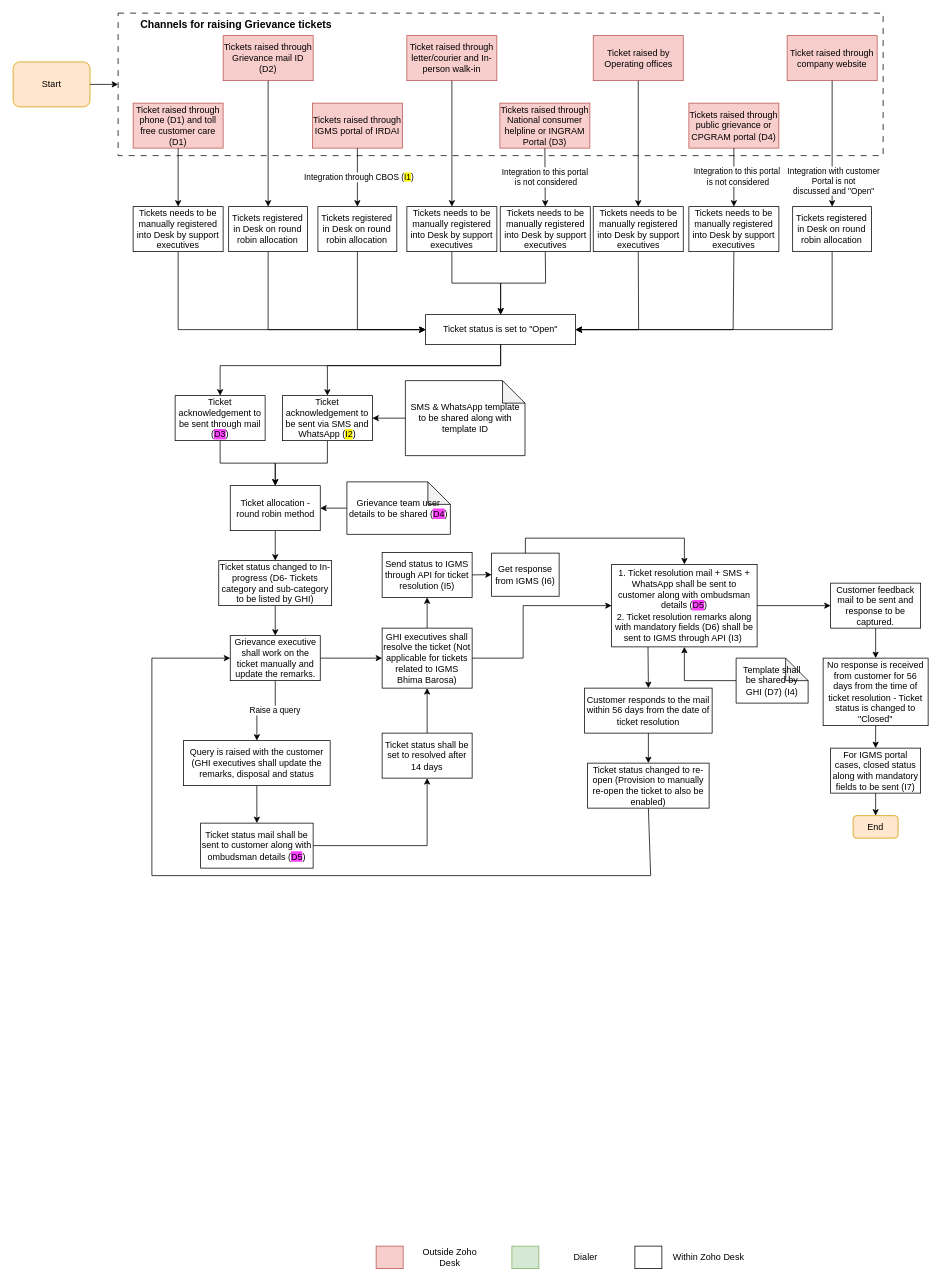
Before: Grievance management.drawio in shaileshsreedar/Galaxy, a draw.io diagram. Source tidied: cells renumbered, new cells numbered last; positions are measured from the earlier drawing's top-left corner, leaving out a move shared by most shapes. Both pictures are drawn from the tidied source at 75%, with x=0, y=0 at pixel (13, 13).
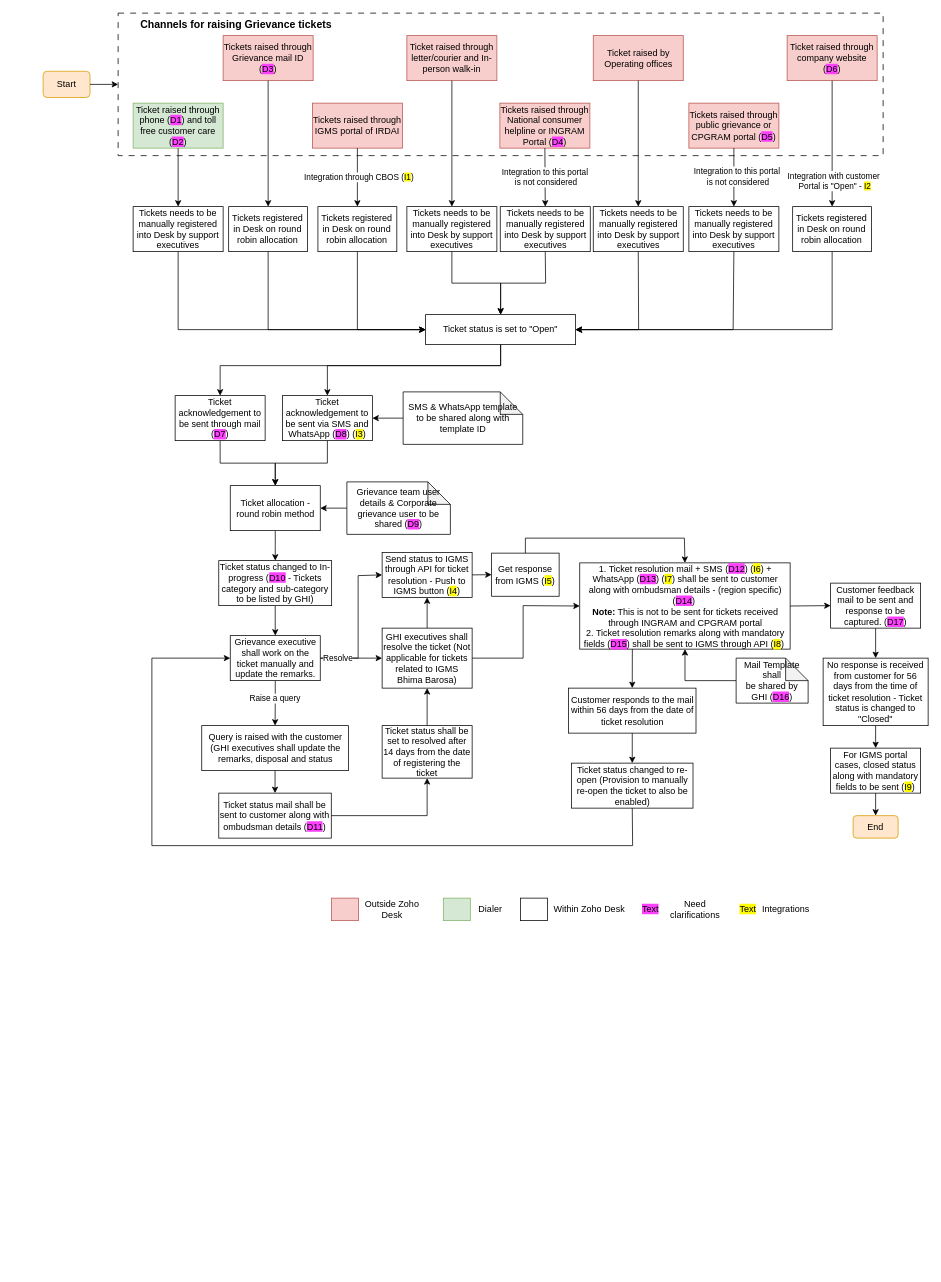
After the change.

Unchanged cells that the change refers to:
```xml
<mxCell id="37" style="endArrow=classic;html=1;rounded=0;exitX=0.5;exitY=1;exitDx=0;exitDy=0;entryX=0.5;entryY=0;entryDx=0;entryDy=0;" parent="1" edge="1" source="12" target="36">
  <mxGeometry relative="1" as="geometry" />
</mxCell>
<mxCell id="64" value="Grievance executive shall work on the ticket manually and update the remarks." style="rounded=0;whiteSpace=wrap;html=1;" parent="1" vertex="1">
  <mxGeometry x="289.5" y="830" width="120" height="60" as="geometry" />
</mxCell>
```

The edit, as a diff of the source:
```diff
@@
-    <mxCell id="3" value="Ticket raised through phone (D1) and toll free customer care (D1)" style="rounded=0;whiteSpace=wrap;html=1;fillColor=#f8cecc;strokeColor=#b85450;" parent="1" vertex="1">
+    <mxCell id="3" value="Ticket raised through phone (&lt;span style=&quot;background-color: rgb(255, 64, 255);&quot;&gt;D1&lt;/span&gt;) and toll free customer care (&lt;span style=&quot;background-color: rgb(255, 64, 255);&quot;&gt;D2&lt;/span&gt;)" style="rounded=0;whiteSpace=wrap;html=1;fillColor=#d5e8d4;strokeColor=#82b366;" parent="1" vertex="1">
       <mxGeometry x="160" y="120" width="120" height="60" as="geometry" />
     </mxCell>
     <mxCell id="4" value="Start" style="rounded=1;whiteSpace=wrap;html=1;fillColor=#ffe6cc;strokeColor=#d79b00;" parent="1" vertex="1">
-      <mxGeometry y="65" width="102.5" height="60" as="geometry" />
+      <mxGeometry x="40" y="77.5" width="62.5" height="35" as="geometry" />
     </mxCell>
     <mxCell id="5" style="rounded=0;whiteSpace=wrap;html=1;fillColor=#f8cecc;strokeColor=#b85450;" parent="1" vertex="1">
-      <mxGeometry x="484" y="1644" width="36" height="30" as="geometry" />
+      <mxGeometry x="424.6" y="1180" width="36" height="30" as="geometry" />
     </mxCell>
     <mxCell id="6" value="Outside Zoho Desk" style="text;html=1;align=center;verticalAlign=middle;whiteSpace=wrap;rounded=0;" parent="1" vertex="1">
-      <mxGeometry x="533.5" y="1644" width="96.5" height="30" as="geometry" />
+      <mxGeometry x="457.1" y="1180" width="96.5" height="30" as="geometry" />
     </mxCell>
     <mxCell id="7" style="rounded=0;whiteSpace=wrap;html=1;fillColor=#d5e8d4;strokeColor=#82b366;" parent="1" vertex="1">
-      <mxGeometry x="665" y="1644" width="36" height="30" as="geometry" />
+      <mxGeometry x="573.6" y="1180" width="36" height="30" as="geometry" />
     </mxCell>
     <mxCell id="8" value="Dialer" style="text;html=1;align=center;verticalAlign=middle;whiteSpace=wrap;rounded=0;" parent="1" vertex="1">
-      <mxGeometry x="714.5" y="1644" width="96.5" height="30" as="geometry" />
+      <mxGeometry x="588.1" y="1180" width="96.5" height="30" as="geometry" />
     </mxCell>
     <mxCell id="9" style="rounded=0;whiteSpace=wrap;html=1;" parent="1" vertex="1">
-      <mxGeometry x="829" y="1644" width="36" height="30" as="geometry" />
+      <mxGeometry x="676.6" y="1180" width="36" height="30" as="geometry" />
     </mxCell>
     <mxCell id="10" value="Within Zoho Desk" style="text;html=1;align=center;verticalAlign=middle;whiteSpace=wrap;rounded=0;" parent="1" vertex="1">
-      <mxGeometry x="878.5" y="1644" width="96.5" height="30" as="geometry" />
+      <mxGeometry x="720.1" y="1180" width="96.5" height="30" as="geometry" />
     </mxCell>
-    <mxCell id="11" value="Tickets raised through Grievance mail ID (D2)" style="rounded=0;whiteSpace=wrap;html=1;fillColor=#f8cecc;strokeColor=#b85450;" parent="1" vertex="1">
+    <mxCell id="11" value="Tickets raised through Grievance mail ID (&lt;span style=&quot;background-color: rgb(255, 64, 255);&quot;&gt;D3&lt;/span&gt;)" style="rounded=0;whiteSpace=wrap;html=1;fillColor=#f8cecc;strokeColor=#b85450;" parent="1" vertex="1">
       <mxGeometry x="280" y="30" width="120" height="60" as="geometry" />
     </mxCell>
-    <mxCell id="12" value="Ticket raised through company website" style="rounded=0;whiteSpace=wrap;html=1;fillColor=#f8cecc;strokeColor=#b85450;" parent="1" vertex="1">
+    <mxCell id="12" value="Ticket raised through company website (&lt;span style=&quot;background-color: rgb(255, 64, 255);&quot;&gt;D6&lt;/span&gt;)" style="rounded=0;whiteSpace=wrap;html=1;fillColor=#f8cecc;strokeColor=#b85450;" parent="1" vertex="1">
       <mxGeometry x="1032" y="30" width="120" height="60" as="geometry" />
     </mxCell>
@@
-    <mxCell id="16" value="Tickets raised through National consumer helpline or INGRAM Portal (D3)" style="rounded=0;whiteSpace=wrap;html=1;fillColor=#f8cecc;strokeColor=#b85450;" parent="1" vertex="1">
+    <mxCell id="16" value="Tickets raised through National consumer helpline or INGRAM Portal (&lt;span style=&quot;background-color: rgb(255, 64, 255);&quot;&gt;D4&lt;/span&gt;)" style="rounded=0;whiteSpace=wrap;html=1;fillColor=#f8cecc;strokeColor=#b85450;" parent="1" vertex="1">
       <mxGeometry x="649" y="120" width="120" height="60" as="geometry" />
     </mxCell>
-    <mxCell id="17" value="Tickets raised through public grievance or CPGRAM portal (D4)" style="rounded=0;whiteSpace=wrap;html=1;fillColor=#f8cecc;strokeColor=#b85450;" parent="1" vertex="1">
+    <mxCell id="17" value="Tickets raised through public grievance or CPGRAM portal (&lt;span style=&quot;background-color: rgb(255, 64, 255);&quot;&gt;D5&lt;/span&gt;)" style="rounded=0;whiteSpace=wrap;html=1;fillColor=#f8cecc;strokeColor=#b85450;" parent="1" vertex="1">
       <mxGeometry x="901" y="120" width="120" height="60" as="geometry" />
     </mxCell>
@@
-    <mxCell id="38" value="Integration with customer&lt;div&gt;&lt;span style=&quot;background-color: rgb(255, 255, 255);&quot;&gt;&amp;nbsp;Portal is not&amp;nbsp;&lt;/span&gt;&lt;/div&gt;&lt;div&gt;&lt;span style=&quot;background-color: rgb(255, 255, 255);&quot;&gt;discussed and &quot;Open&quot;&lt;/span&gt;&lt;/div&gt;" style="edgeLabel;html=1;align=center;verticalAlign=middle;" parent="37" vertex="1">
+    <mxCell id="38" value="Integration with customer&lt;div&gt;&lt;span style=&quot;background-color: rgb(255, 255, 255);&quot;&gt;&amp;nbsp;Portal is&amp;nbsp;&lt;/span&gt;&quot;Open&quot; - &lt;span style=&quot;background-color: rgb(255, 251, 0);&quot;&gt;I2&lt;/span&gt;&lt;/div&gt;" style="edgeLabel;html=1;align=center;verticalAlign=middle;" parent="37" vertex="1">
       <mxGeometry x="0.57" y="1" relative="1" as="geometry">
         <mxPoint y="1" as="offset" />
       </mxGeometry>
     </mxCell>
@@
-    <mxCell id="49" value="Ticket acknowledgement to be sent through mail (&lt;span style=&quot;background-color: rgb(255, 64, 255);&quot;&gt;D3&lt;/span&gt;)" style="rounded=0;whiteSpace=wrap;html=1;" parent="1" vertex="1">
+    <mxCell id="49" value="Ticket acknowledgement to be sent through mail (&lt;span style=&quot;background-color: rgb(255, 64, 255);&quot;&gt;D7&lt;/span&gt;)" style="rounded=0;whiteSpace=wrap;html=1;" parent="1" vertex="1">
       <mxGeometry x="216" y="510" width="120" height="60" as="geometry" />
     </mxCell>
@@
-    <mxCell id="51" value="Ticket acknowledgement to be sent via SMS and WhatsApp (&lt;span style=&quot;background-color: rgb(255, 251, 0);&quot;&gt;I2&lt;/span&gt;)" style="rounded=0;whiteSpace=wrap;html=1;" parent="1" vertex="1">
+    <mxCell id="51" value="Ticket acknowledgement to be sent via SMS and WhatsApp (&lt;span style=&quot;background-color: rgb(255, 64, 255);&quot;&gt;D8&lt;/span&gt;) (&lt;span style=&quot;background-color: rgb(255, 251, 0);&quot;&gt;I3&lt;/span&gt;)" style="rounded=0;whiteSpace=wrap;html=1;" parent="1" vertex="1">
       <mxGeometry x="359" y="510" width="120" height="60" as="geometry" />
     </mxCell>
     <mxCell id="52" value="SMS &amp;amp; WhatsApp template to be shared along with template ID" style="shape=note;whiteSpace=wrap;html=1;backgroundOutline=1;darkOpacity=0.05;" parent="1" vertex="1">
-      <mxGeometry x="523" y="490" width="159.5" height="100" as="geometry" />
+      <mxGeometry x="520" y="505" width="159.5" height="70" as="geometry" />
     </mxCell>
@@
-    <mxCell id="58" value="Grievance team user details to be shared (&lt;span style=&quot;background-color: rgb(255, 64, 255);&quot;&gt;D4&lt;/span&gt;)" style="shape=note;whiteSpace=wrap;html=1;backgroundOutline=1;darkOpacity=0.05;" parent="1" vertex="1">
+    <mxCell id="58" value="Grievance team user details &amp;amp; Corporate grievance user to be shared (&lt;span style=&quot;background-color: rgb(255, 64, 255);&quot;&gt;D9&lt;/span&gt;)" style="shape=note;whiteSpace=wrap;html=1;backgroundOutline=1;darkOpacity=0.05;" parent="1" vertex="1">
       <mxGeometry x="445" y="625" width="138" height="70" as="geometry" />
     </mxCell>
@@
-    <mxCell id="60" value="Ticket status changed to In-progress (D6- Tickets category and sub-category to be listed by GHI)" style="rounded=0;whiteSpace=wrap;html=1;" parent="1" vertex="1">
+    <mxCell id="60" value="Ticket status changed to In-progress (&lt;span style=&quot;background-color: rgb(255, 64, 255);&quot;&gt;D10&lt;/span&gt; - Tickets category and sub-category to be listed by GHI)" style="rounded=0;whiteSpace=wrap;html=1;" parent="1" vertex="1">
       <mxGeometry x="274.2" y="730" width="150.5" height="60" as="geometry" />
     </mxCell>
@@
-    <mxCell id="67" value="1. Ticket resolution mail + SMS + WhatsApp shall be sent to customer along with ombudsman details (&lt;span style=&quot;background-color: rgb(255, 64, 255);&quot;&gt;D5&lt;/span&gt;)&lt;div&gt;2. Ticket resolution remarks along with mandatory fields (D6) shall be sent to IGMS through API (I3)&amp;nbsp;&lt;br&gt;&lt;/div&gt;" style="rounded=0;whiteSpace=wrap;html=1;" parent="1" vertex="1">
-      <mxGeometry x="798" y="735" width="194" height="110" as="geometry" />
+    <mxCell id="67" value="1. Ticket resolution mail + SMS (&lt;span style=&quot;background-color: rgb(255, 64, 255);&quot;&gt;D12&lt;/span&gt;) (&lt;span style=&quot;background-color: rgb(255, 251, 0);&quot;&gt;I6&lt;/span&gt;) + WhatsApp (&lt;span style=&quot;background-color: rgb(255, 64, 255);&quot;&gt;D13&lt;/span&gt;) (&lt;span style=&quot;background-color: rgb(255, 251, 0);&quot;&gt;I7&lt;/span&gt;) shall be sent to customer along with ombudsman details - (region specific)(&lt;span style=&quot;background-color: rgb(255, 64, 255);&quot;&gt;D14&lt;/span&gt;)&amp;nbsp;&lt;div&gt;&lt;b&gt;Note:&lt;/b&gt; This is not to be sent for tickets received through INGRAM and CPGRAM portal&lt;br&gt;&lt;div&gt;2. Ticket resolution remarks along with mandatory fields (&lt;span style=&quot;background-color: rgb(255, 64, 255);&quot;&gt;D15&lt;/span&gt;) shall be sent to IGMS through API (&lt;span style=&quot;background-color: rgb(255, 251, 0);&quot;&gt;I8&lt;/span&gt;)&amp;nbsp;&lt;br&gt;&lt;/div&gt;&lt;/div&gt;" style="rounded=0;whiteSpace=wrap;html=1;" parent="1" vertex="1">
+      <mxGeometry x="755.5" y="733" width="280.5" height="115" as="geometry" />
     </mxCell>
@@
-    <mxCell id="69" value="Template shall&lt;div&gt;be shared by GHI (D7) (I4)&lt;/div&gt;" style="shape=note;whiteSpace=wrap;html=1;backgroundOutline=1;darkOpacity=0.05;" parent="1" vertex="1">
+    <mxCell id="69" value="Mail Template shall&lt;div&gt;be shared by GHI (&lt;span style=&quot;background-color: rgb(255, 64, 255);&quot;&gt;D16&lt;/span&gt;)&lt;/div&gt;" style="shape=note;whiteSpace=wrap;html=1;backgroundOutline=1;darkOpacity=0.05;" parent="1" vertex="1">
       <mxGeometry x="964" y="860" width="96" height="60" as="geometry" />
     </mxCell>
     <mxCell id="70" value="Query is raised with the customer (GHI executives shall update the remarks, disposal and status" style="rounded=0;whiteSpace=wrap;html=1;" parent="1" vertex="1">
-      <mxGeometry x="227.2" y="970" width="195.5" height="60" as="geometry" />
+      <mxGeometry x="251.5" y="950" width="195.5" height="60" as="geometry" />
     </mxCell>
-    <mxCell id="71" value="Ticket status mail shall be sent to customer along with ombudsman details (&lt;span style=&quot;background-color: rgb(255, 64, 255);&quot;&gt;D5&lt;/span&gt;)" style="rounded=0;whiteSpace=wrap;html=1;" parent="1" vertex="1">
-      <mxGeometry x="250" y="1080" width="150" height="60" as="geometry" />
+    <mxCell id="71" value="Ticket status mail shall be sent to customer along with ombudsman details (&lt;span style=&quot;background-color: rgb(255, 64, 255);&quot;&gt;D11&lt;/span&gt;)" style="rounded=0;whiteSpace=wrap;html=1;" parent="1" vertex="1">
+      <mxGeometry x="274.2" y="1040" width="150" height="60" as="geometry" />
     </mxCell>
@@
-    <mxCell id="73" value="Ticket status shall be set to resolved after 14 days" style="rounded=0;whiteSpace=wrap;html=1;" parent="1" vertex="1">
-      <mxGeometry x="492" y="960" width="120" height="60" as="geometry" />
+    <mxCell id="73" value="Ticket status shall be set to resolved after 14 days from the date of registering the ticket" style="rounded=0;whiteSpace=wrap;html=1;" parent="1" vertex="1">
+      <mxGeometry x="492" y="950" width="120" height="70" as="geometry" />
     </mxCell>
@@
-    <mxCell id="76" value="Customer feedback mail to be sent and response to be captured." style="rounded=0;whiteSpace=wrap;html=1;" parent="1" vertex="1">
+    <mxCell id="76" value="Customer feedback mail to be sent and response to be captured. (&lt;span style=&quot;background-color: rgb(255, 64, 255);&quot;&gt;D17&lt;/span&gt;)" style="rounded=0;whiteSpace=wrap;html=1;" parent="1" vertex="1">
       <mxGeometry x="1090" y="760" width="120" height="60" as="geometry" />
     </mxCell>
@@
     <mxCell id="78" style="endArrow=classic;html=1;rounded=0;exitX=1;exitY=0.5;exitDx=0;exitDy=0;entryX=0.5;entryY=1;entryDx=0;entryDy=0;" parent="1" edge="1" source="71" target="73">
       <mxGeometry relative="1" as="geometry">
         <Array as="points">
-          <mxPoint x="552" y="1110" />
+          <mxPoint x="552" y="1070" />
         </Array>
       </mxGeometry>
     </mxCell>
     <mxCell id="79" value="Customer responds to the mail within 56 days from the date of ticket resolution" style="rounded=0;whiteSpace=wrap;html=1;" parent="1" vertex="1">
-      <mxGeometry x="762" y="900" width="170" height="60" as="geometry" />
+      <mxGeometry x="740.5" y="900" width="170" height="60" as="geometry" />
     </mxCell>
-    <mxCell id="80" style="endArrow=classic;html=1;rounded=0;exitX=0.25;exitY=1;exitDx=0;exitDy=0;entryX=0.5;entryY=0;entryDx=0;entryDy=0;" parent="1" edge="1" source="67" target="79">
+    <mxCell id="80" style="endArrow=classic;html=1;rounded=0;entryX=0.5;entryY=0;entryDx=0;entryDy=0;exitX=0.25;exitY=1;exitDx=0;exitDy=0;" parent="1" edge="1" source="67" target="79">
       <mxGeometry relative="1" as="geometry" />
     </mxCell>
     <mxCell id="81" value="Ticket status changed to re-open (Provision to manually re-open the ticket to also be enabled)" style="rounded=0;whiteSpace=wrap;html=1;" parent="1" vertex="1">
-      <mxGeometry x="766" y="1000" width="162" height="60" as="geometry" />
+      <mxGeometry x="744.5" y="1000" width="162" height="60" as="geometry" />
     </mxCell>
@@
     <mxCell id="83" style="endArrow=classic;html=1;rounded=0;exitX=0.5;exitY=1;exitDx=0;exitDy=0;entryX=0;entryY=0.5;entryDx=0;entryDy=0;" parent="1" edge="1" source="81" target="64">
       <mxGeometry relative="1" as="geometry">
         <Array as="points">
-          <mxPoint x="850" y="1150" />
-          <mxPoint x="185" y="1150" />
+          <mxPoint x="826" y="1110" />
+          <mxPoint x="185" y="1110" />
           <mxPoint x="185" y="860" />
         </Array>
       </mxGeometry>
     </mxCell>
-    <mxCell id="84" value="Send status to IGMS through API for ticket resolution (I5)" style="rounded=0;whiteSpace=wrap;html=1;" parent="1" vertex="1">
+    <mxCell id="84" value="Send status to IGMS through API for ticket resolution - Push to IGMS button (&lt;span style=&quot;background-color: rgb(255, 251, 0);&quot;&gt;I4&lt;/span&gt;)" style="rounded=0;whiteSpace=wrap;html=1;" parent="1" vertex="1">
       <mxGeometry x="492" y="719" width="120" height="60" as="geometry" />
     </mxCell>
-    <mxCell id="85" value="Get response from IGMS (I6)" style="rounded=0;whiteSpace=wrap;html=1;" parent="1" vertex="1">
+    <mxCell id="85" value="Get response from IGMS (&lt;span style=&quot;background-color: rgb(255, 251, 0);&quot;&gt;I5&lt;/span&gt;)" style="rounded=0;whiteSpace=wrap;html=1;" parent="1" vertex="1">
       <mxGeometry x="638" y="720" width="90" height="57.5" as="geometry" />
     </mxCell>
@@
-    <mxCell id="93" value="For IGMS portal cases, closed status along with mandatory fields to be sent (I7)" style="rounded=0;whiteSpace=wrap;html=1;" parent="1" vertex="1">
+    <mxCell id="93" value="For IGMS portal cases, closed status along with mandatory fields to be sent (&lt;span style=&quot;background-color: rgb(255, 251, 0);&quot;&gt;I9&lt;/span&gt;)" style="rounded=0;whiteSpace=wrap;html=1;" parent="1" vertex="1">
       <mxGeometry x="1090" y="980" width="120" height="60" as="geometry" />
     </mxCell>
@@
+    <mxCell id="95" style="endArrow=classic;html=1;rounded=0;exitX=1;exitY=0.5;exitDx=0;exitDy=0;entryX=0;entryY=0.5;entryDx=0;entryDy=0;" parent="1" edge="1" source="64" target="84">
+      <mxGeometry relative="1" as="geometry">
+        <Array as="points">
+          <mxPoint x="460" y="860" />
+          <mxPoint x="460" y="750" />
+        </Array>
+      </mxGeometry>
+    </mxCell>
+    <mxCell id="96" value="Resolve" style="edgeLabel;html=1;align=center;verticalAlign=middle;" parent="95" vertex="1">
+      <mxGeometry x="-0.81" y="-2" relative="1" as="geometry">
+        <mxPoint x="5" y="-3" as="offset" />
+      </mxGeometry>
+    </mxCell>
+    <mxCell id="97" value="&lt;span style=&quot;background-color: rgb(255, 64, 255);&quot;&gt;Text&lt;/span&gt;" style="text;html=1;align=center;verticalAlign=middle;whiteSpace=wrap;rounded=0;" parent="1" vertex="1">
+      <mxGeometry x="820" y="1180" width="60" height="30" as="geometry" />
+    </mxCell>
+    <mxCell id="98" value="Need clarifications" style="text;html=1;align=center;verticalAlign=middle;whiteSpace=wrap;rounded=0;" parent="1" vertex="1">
+      <mxGeometry x="860.5" y="1180" width="96.5" height="30" as="geometry" />
+    </mxCell>
+    <mxCell id="99" value="&lt;span style=&quot;background-color: rgb(255, 251, 0);&quot;&gt;Text&lt;/span&gt;" style="text;html=1;align=center;verticalAlign=middle;whiteSpace=wrap;rounded=0;" parent="1" vertex="1">
+      <mxGeometry x="950" y="1180" width="60" height="30" as="geometry" />
+    </mxCell>
+    <mxCell id="100" value="Integrations" style="text;html=1;align=center;verticalAlign=middle;whiteSpace=wrap;rounded=0;" parent="1" vertex="1">
+      <mxGeometry x="982" y="1180" width="96.5" height="30" as="geometry" />
+    </mxCell>
```
